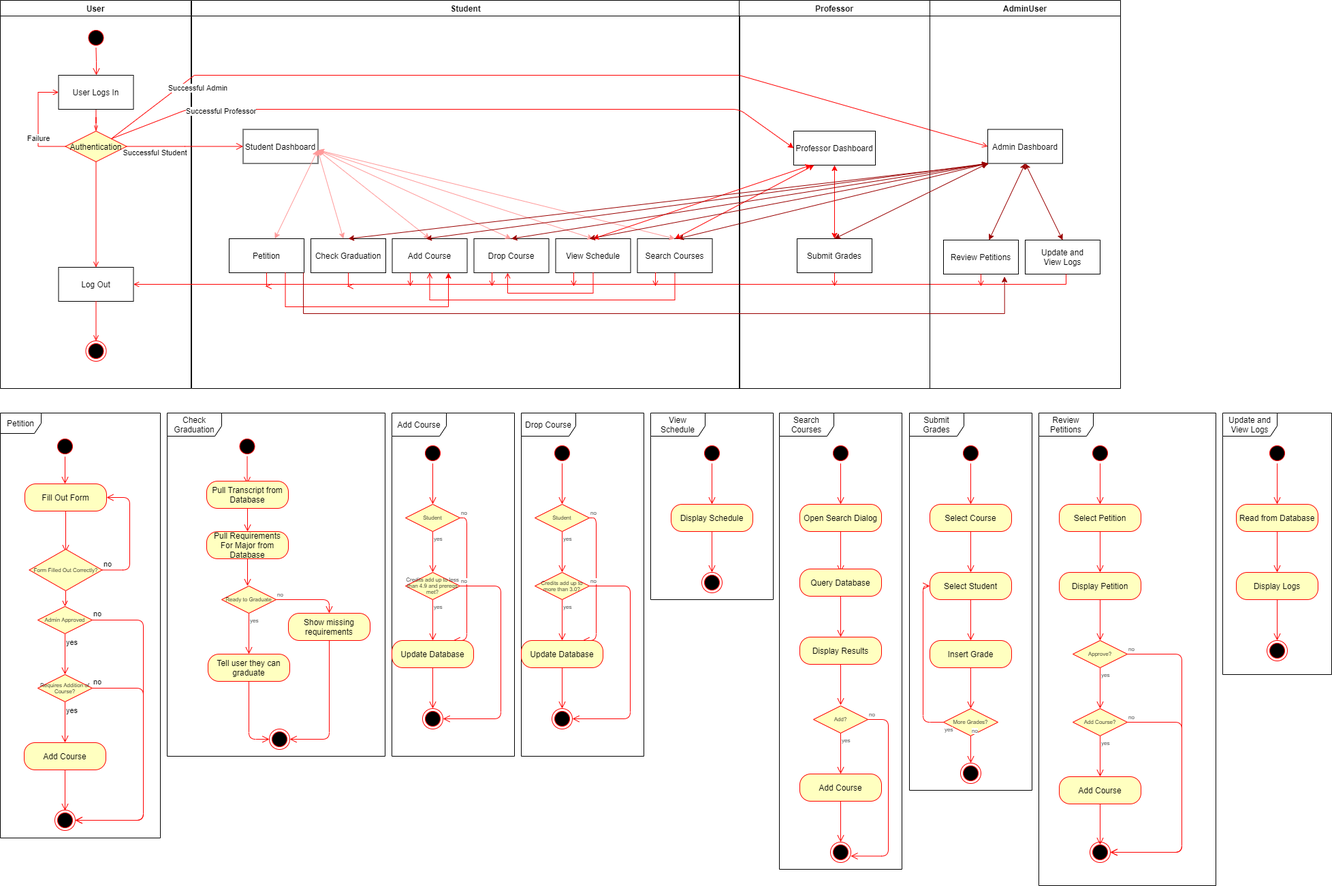
Before: UML/Activity Diagram.png, a diagram exported from draw.io (itscoe/CS390). Source tidied: cells renumbered, new cells last; positions are measured from the earlier drawing's top-left corner, leaving out a move shared by most shapes.
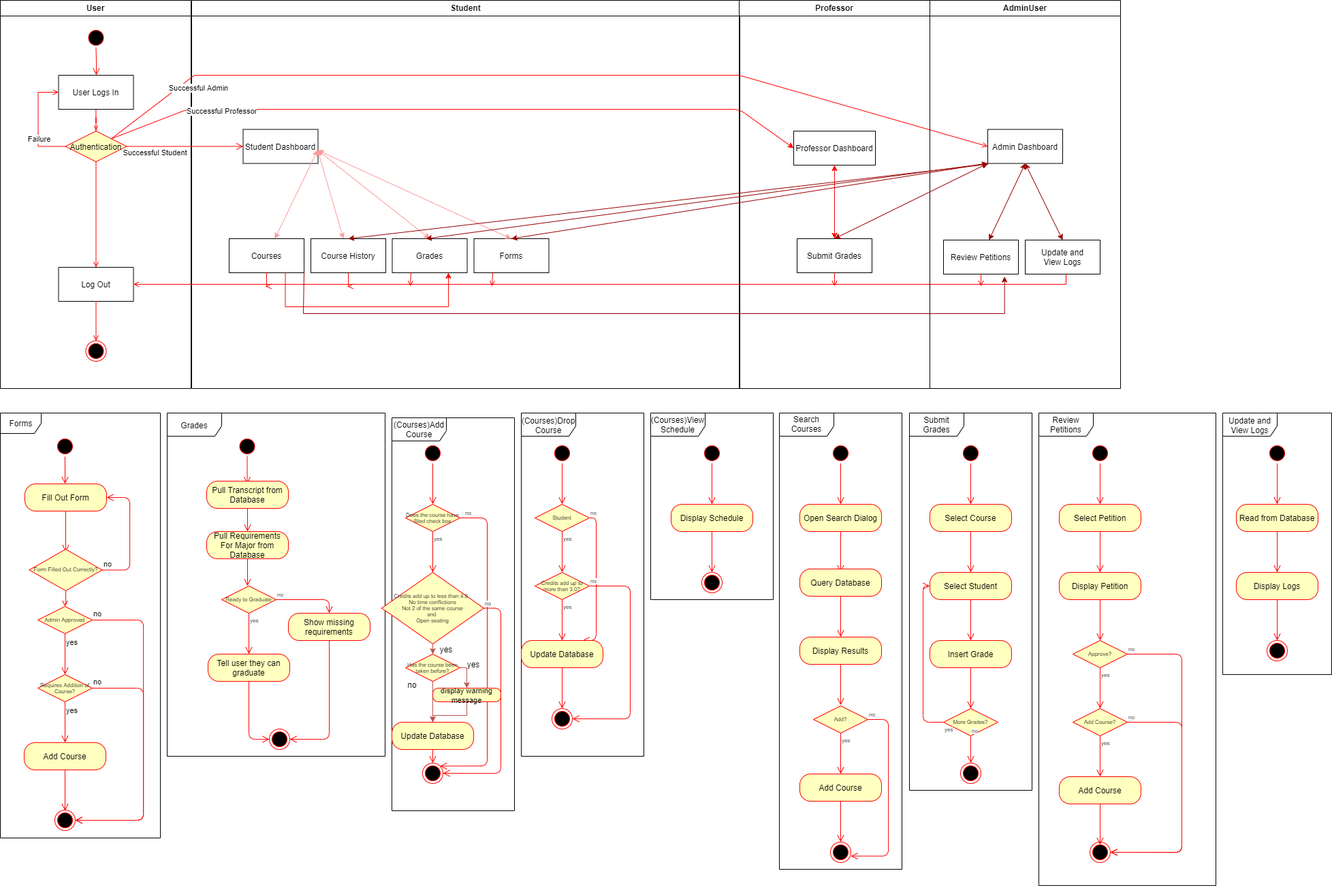
After the commit.

Change to the diagram source:
```diff
@@ -50,35 +50,16 @@
     <mxCell id="15" value="Student Dashboard" parent="14" vertex="1">
       <mxGeometry x="75.5" y="189.5" width="110" height="50" as="geometry" />
     </mxCell>
-    <mxCell id="16" style="edgeStyle=orthogonalEdgeStyle;rounded=0;jettySize=auto;html=1;entryX=0.5;entryY=1;entryDx=0;entryDy=0;strokeColor=#FF0000;endFill=1;endArrow=open;" parent="14" edge="1" source="17" target="21">
-      <mxGeometry relative="1" as="geometry">
-        <Array as="points">
-          <mxPoint x="710" y="440" />
-          <mxPoint x="350" y="440" />
-        </Array>
-      </mxGeometry>
-    </mxCell>
-    <mxCell id="17" value="Search Courses" parent="14" vertex="1">
-      <mxGeometry x="654.5" y="350" width="110" height="50" as="geometry" />
-    </mxCell>
-    <mxCell id="18" style="endArrow=classic;endFill=1;rounded=0;entryX=0.5;entryY=0;entryDx=0;entryDy=0;startArrow=classic;startFill=1;strokeColor=#FF9999;" parent="14" edge="1" target="17">
-      <mxGeometry relative="1" as="geometry">
-        <mxPoint x="186" y="220" as="sourcePoint" />
-      </mxGeometry>
-    </mxCell>
-    <mxCell id="19" value="View Schedule" parent="14" vertex="1">
-      <mxGeometry x="534.5" y="350" width="110" height="50" as="geometry" />
-    </mxCell>
-    <mxCell id="20" value="Drop Course" parent="14" vertex="1">
+    <mxCell id="20" value="Forms" parent="14" vertex="1">
       <mxGeometry x="414.5" y="350" width="110" height="50" as="geometry" />
     </mxCell>
-    <mxCell id="21" value="Add Course" parent="14" vertex="1">
+    <mxCell id="21" value="Grades" parent="14" vertex="1">
       <mxGeometry x="294.5" y="350" width="110" height="50" as="geometry" />
     </mxCell>
-    <mxCell id="22" value="Petition" parent="14" vertex="1">
+    <mxCell id="22" value="Courses" parent="14" vertex="1">
       <mxGeometry x="55" y="350" width="110" height="50" as="geometry" />
     </mxCell>
-    <mxCell id="23" value="Check Graduation" parent="14" vertex="1">
+    <mxCell id="23" value="Course History" parent="14" vertex="1">
       <mxGeometry x="175" y="350" width="110" height="50" as="geometry" />
     </mxCell>
     <mxCell id="24" style="edgeStyle=orthogonalEdgeStyle;rounded=0;jettySize=auto;html=1;exitX=0.75;exitY=1;exitDx=0;exitDy=0;startArrow=none;startFill=0;endArrow=classic;endFill=1;entryX=0.75;entryY=1;entryDx=0;entryDy=0;strokeColor=#FF0000;" parent="14" edge="1" source="22" target="21">
@@ -135,11 +116,6 @@
         </Array>
       </mxGeometry>
     </mxCell>
-    <mxCell id="35" style="endArrow=classic;html=1;exitX=0;exitY=1;exitDx=0;exitDy=0;endFill=1;strokeColor=#990000;startArrow=classic;startFill=1;" parent="1" edge="1" source="26">
-      <mxGeometry relative="1" as="geometry">
-        <mxPoint x="995" y="350" as="targetPoint" />
-      </mxGeometry>
-    </mxCell>
     <mxCell id="36" value="Professor" style="swimlane;whiteSpace=wrap;startSize=23;" parent="1" vertex="1">
       <mxGeometry x="1085" width="280" height="570" as="geometry" />
     </mxCell>
@@ -152,19 +128,6 @@
     <mxCell id="39" style="endArrow=classic;strokeColor=#FF0000;endFill=1;rounded=0;entryX=0.5;entryY=0;entryDx=0;entryDy=0;exitX=0.5;exitY=1;exitDx=0;exitDy=0;startArrow=classic;startFill=1;" parent="36" edge="1" source="37" target="38">
       <mxGeometry relative="1" as="geometry" />
     </mxCell>
-    <mxCell id="40" style="endArrow=classic;strokeColor=#FF0000;endFill=1;rounded=0;entryX=0.5;entryY=0;entryDx=0;entryDy=0;exitX=0.25;exitY=1;exitDx=0;exitDy=0;startArrow=classic;startFill=1;" parent="36" edge="1" target="19">
-      <mxGeometry relative="1" as="geometry">
-        <mxPoint x="105.5" y="242" as="sourcePoint" />
-      </mxGeometry>
-    </mxCell>
-    <mxCell id="41" style="endArrow=classic;strokeColor=#FF0000;endFill=1;rounded=0;entryX=0.5;entryY=0;entryDx=0;entryDy=0;exitX=0.25;exitY=1;exitDx=0;exitDy=0;startArrow=classic;startFill=1;" parent="1" edge="1" source="37" target="17">
-      <mxGeometry relative="1" as="geometry" />
-    </mxCell>
-    <mxCell id="42" style="endArrow=classic;endFill=1;rounded=0;entryX=0.5;entryY=0;entryDx=0;entryDy=0;startArrow=classic;startFill=1;strokeColor=#FF9999;" parent="1" edge="1" target="19">
-      <mxGeometry relative="1" as="geometry">
-        <mxPoint x="466" y="220" as="sourcePoint" />
-      </mxGeometry>
-    </mxCell>
     <mxCell id="43" style="endArrow=classic;endFill=1;rounded=0;startArrow=classic;startFill=1;strokeColor=#FF9999;" parent="1" edge="1">
       <mxGeometry relative="1" as="geometry">
         <mxPoint x="466" y="220" as="sourcePoint" />
@@ -191,21 +154,6 @@
         <mxPoint x="1505" y="239.5" as="sourcePoint" />
       </mxGeometry>
     </mxCell>
-    <mxCell id="48" style="edgeStyle=orthogonalEdgeStyle;rounded=0;jettySize=auto;html=1;strokeColor=#FF0000;endFill=1;endArrow=open;" parent="1" edge="1" source="19">
-      <mxGeometry relative="1" as="geometry">
-        <mxPoint x="745" y="400" as="targetPoint" />
-        <Array as="points">
-          <mxPoint x="870" y="430" />
-          <mxPoint x="745" y="430" />
-        </Array>
-      </mxGeometry>
-    </mxCell>
-    <mxCell id="49" style="endArrow=classic;html=1;exitX=0;exitY=1;exitDx=0;exitDy=0;endFill=1;strokeColor=#990000;startArrow=classic;startFill=1;" parent="1" edge="1">
-      <mxGeometry relative="1" as="geometry">
-        <mxPoint x="1450" y="239.5" as="sourcePoint" />
-        <mxPoint x="865" y="350" as="targetPoint" />
-      </mxGeometry>
-    </mxCell>
     <mxCell id="50" style="endArrow=classic;html=1;exitX=0;exitY=1;exitDx=0;exitDy=0;entryX=0.5;entryY=0;entryDx=0;entryDy=0;endFill=1;strokeColor=#990000;startArrow=classic;startFill=1;" parent="1" edge="1" target="20">
       <mxGeometry relative="1" as="geometry">
         <mxPoint x="1450" y="239.5" as="sourcePoint" />
@@ -242,16 +190,6 @@
         <mxPoint x="722" y="420" as="targetPoint" />
       </mxGeometry>
     </mxCell>
-    <mxCell id="57" style="edgeStyle=orthogonalEdgeStyle;rounded=0;jettySize=auto;html=1;exitX=0.25;exitY=1;exitDx=0;exitDy=0;strokeColor=#FF0000;endFill=1;endArrow=open;" parent="1" edge="1" source="19">
-      <mxGeometry relative="1" as="geometry">
-        <mxPoint x="842" y="420" as="targetPoint" />
-      </mxGeometry>
-    </mxCell>
-    <mxCell id="58" style="edgeStyle=orthogonalEdgeStyle;rounded=0;jettySize=auto;html=1;exitX=0.25;exitY=1;exitDx=0;exitDy=0;strokeColor=#FF0000;endFill=1;endArrow=open;" parent="1" edge="1" source="17">
-      <mxGeometry relative="1" as="geometry">
-        <mxPoint x="962" y="420" as="targetPoint" />
-      </mxGeometry>
-    </mxCell>
     <mxCell id="59" style="edgeStyle=orthogonalEdgeStyle;rounded=0;jettySize=auto;html=1;exitX=0.5;exitY=1;exitDx=0;exitDy=0;strokeColor=#FF0000;endFill=1;endArrow=open;" parent="1" edge="1" source="28">
       <mxGeometry relative="1" as="geometry">
         <mxPoint x="1440" y="420" as="targetPoint" />
@@ -267,7 +205,7 @@
         <mxPoint x="1450" y="239.5" as="sourcePoint" />
       </mxGeometry>
     </mxCell>
-    <mxCell id="62" value="Petition" style="shape=umlFrame;whiteSpace=wrap;html=1;" parent="1" vertex="1">
+    <mxCell id="62" value="Forms" style="shape=umlFrame;whiteSpace=wrap;html=1;" parent="1" vertex="1">
       <mxGeometry y="606" width="235" height="624" as="geometry" />
     </mxCell>
     <mxCell id="63" style="ellipse;html=1;shape=startState;fillColor=#000000;strokeColor=#ff0000;" parent="1" vertex="1">
@@ -351,7 +289,7 @@
     <mxCell id="79" style="ellipse;html=1;shape=endState;fillColor=#000000;strokeColor=#ff0000;fontSize=8;" parent="1" vertex="1">
       <mxGeometry x="80" y="1189" width="30" height="30" as="geometry" />
     </mxCell>
-    <mxCell id="80" value="Check Graduation" style="shape=umlFrame;whiteSpace=wrap;html=1;width=80;height=34;" parent="1" vertex="1">
+    <mxCell id="80" value="Grades" style="shape=umlFrame;whiteSpace=wrap;html=1;width=80;height=34;" parent="1" vertex="1">
       <mxGeometry x="245" y="606" width="320" height="504" as="geometry" />
     </mxCell>
     <mxCell id="81" style="ellipse;html=1;shape=startState;fillColor=#000000;strokeColor=#ff0000;" parent="1" vertex="1">
@@ -404,8 +342,8 @@
     <mxCell id="94" style="ellipse;html=1;shape=endState;fillColor=#000000;strokeColor=#ff0000;fontSize=8;" parent="1" vertex="1">
       <mxGeometry x="395" y="1070" width="30" height="30" as="geometry" />
     </mxCell>
-    <mxCell id="95" value="Add Course" style="shape=umlFrame;whiteSpace=wrap;html=1;width=80;height=34;" parent="1" vertex="1">
-      <mxGeometry x="575" y="606" width="180" height="504" as="geometry" />
+    <mxCell id="95" value="(Courses)Add Course" style="shape=umlFrame;whiteSpace=wrap;html=1;width=80;height=34;" parent="1" vertex="1">
+      <mxGeometry x="575" y="613" width="180" height="577" as="geometry" />
     </mxCell>
     <mxCell id="96" style="ellipse;html=1;shape=startState;fillColor=#000000;strokeColor=#ff0000;fontSize=8;" parent="1" vertex="1">
       <mxGeometry x="620" y="650" width="30" height="30" as="geometry" />
@@ -415,14 +353,12 @@
         <mxPoint x="635" y="740" as="targetPoint" />
       </mxGeometry>
     </mxCell>
-    <mxCell id="98" value="Student" style="rhombus;whiteSpace=wrap;html=1;fillColor=#ffffc0;strokeColor=#ff0000;fontSize=8;" parent="1" vertex="1">
-      <mxGeometry x="595" y="740" width="80" height="40" as="geometry" />
-    </mxCell>
-    <mxCell id="99" value="no" style="edgeStyle=orthogonalEdgeStyle;html=1;align=left;verticalAlign=bottom;endArrow=open;endSize=8;strokeColor=#ff0000;fontSize=8;entryX=0.75;entryY=0;entryDx=0;entryDy=0;" parent="1" edge="1" source="98" target="104">
-      <mxGeometry x="-1" relative="1" as="geometry">
+    <mxCell id="99" value="no" style="edgeStyle=orthogonalEdgeStyle;html=1;align=left;verticalAlign=bottom;endArrow=open;endSize=8;strokeColor=#ff0000;fontSize=8;entryX=1;entryY=0;entryDx=0;entryDy=0;" parent="1" edge="1" source="104" target="106">
+      <mxGeometry x="-0.15" relative="1" as="geometry">
         <Array as="points">
-          <mxPoint x="685" y="760" />
-          <mxPoint x="685" y="940" />
+          <mxPoint x="635" y="760" />
+          <mxPoint x="715" y="760" />
+          <mxPoint x="715" y="1124" />
         </Array>
       </mxGeometry>
     </mxCell>
@@ -431,34 +367,27 @@
         <mxPoint x="635" y="840" as="targetPoint" />
       </mxGeometry>
     </mxCell>
+    <mxCell id="179" style="edgeStyle=orthogonalEdgeStyle;rounded=0;jettySize=auto;html=1;exitX=0.5;exitY=1;exitDx=0;exitDy=0;fillColor=#f8cecc;strokeColor=#b85450;" parent="1" edge="1" source="101" target="182">
+      <mxGeometry relative="1" as="geometry" />
+    </mxCell>
-    <mxCell id="101" value="Credits add up to less than 4.9 and prereqs met?" style="rhombus;whiteSpace=wrap;html=1;fillColor=#ffffc0;strokeColor=#ff0000;fontSize=8;" parent="1" vertex="1">
-      <mxGeometry x="595" y="840" width="80" height="40" as="geometry" />
+    <mxCell id="101" value="Credits add up to less than 4.9&amp;nbsp;&amp;nbsp;&lt;br&gt;No time conflictions&lt;br&gt;Not 2 of the same course&lt;br&gt;and&amp;nbsp;&lt;br&gt;Open seating" style="rhombus;whiteSpace=wrap;html=1;fillColor=#ffffc0;strokeColor=#ff0000;fontSize=8;" parent="1" vertex="1">
+      <mxGeometry x="560" y="840" width="150" height="105" as="geometry" />
     </mxCell>
     <mxCell id="102" value="no" style="edgeStyle=orthogonalEdgeStyle;html=1;align=left;verticalAlign=bottom;endArrow=open;endSize=8;strokeColor=#ff0000;fontSize=8;entryX=1;entryY=0.5;entryDx=0;entryDy=0;" parent="1" edge="1" source="101" target="106">
       <mxGeometry x="-1" relative="1" as="geometry">
         <Array as="points">
-          <mxPoint x="735" y="860" />
-          <mxPoint x="735" y="1055" />
+          <mxPoint x="735" y="893" />
+          <mxPoint x="735" y="1135" />
         </Array>
       </mxGeometry>
     </mxCell>
-    <mxCell id="103" value="yes" style="edgeStyle=orthogonalEdgeStyle;html=1;align=left;verticalAlign=top;endArrow=open;endSize=8;strokeColor=#ff0000;fontSize=8;" parent="1" edge="1" source="101">
-      <mxGeometry x="-1" relative="1" as="geometry">
-        <mxPoint x="635" y="940" as="targetPoint" />
-      </mxGeometry>
-    </mxCell>
-    <mxCell id="104" value="Update Database" style="rounded=1;whiteSpace=wrap;html=1;arcSize=40;fontColor=#000000;fillColor=#ffffc0;strokeColor=#ff0000;" parent="1" vertex="1">
-      <mxGeometry x="575" y="940" width="120" height="40" as="geometry" />
-    </mxCell>
-    <mxCell id="105" style="edgeStyle=orthogonalEdgeStyle;html=1;verticalAlign=bottom;endArrow=open;endSize=8;strokeColor=#ff0000;fontSize=8;" parent="1" edge="1" source="104">
-      <mxGeometry relative="1" as="geometry">
-        <mxPoint x="635" y="1040" as="targetPoint" />
-      </mxGeometry>
+    <mxCell id="105" style="edgeStyle=orthogonalEdgeStyle;html=1;verticalAlign=bottom;endArrow=open;endSize=8;strokeColor=#ff0000;fontSize=8;entryX=0.5;entryY=0;entryDx=0;entryDy=0;" parent="1" edge="1" source="104" target="106">
+      <mxGeometry relative="1" as="geometry" />
     </mxCell>
     <mxCell id="106" style="ellipse;html=1;shape=endState;fillColor=#000000;strokeColor=#ff0000;fontSize=8;" parent="1" vertex="1">
-      <mxGeometry x="620" y="1040" width="30" height="30" as="geometry" />
+      <mxGeometry x="620" y="1120" width="30" height="30" as="geometry" />
     </mxCell>
-    <mxCell id="107" value="Drop Course" style="shape=umlFrame;whiteSpace=wrap;html=1;width=80;height=34;" parent="1" vertex="1">
+    <mxCell id="107" value="(Courses)Drop Course" style="shape=umlFrame;whiteSpace=wrap;html=1;width=80;height=34;" parent="1" vertex="1">
       <mxGeometry x="765" y="606" width="180" height="504" as="geometry" />
     </mxCell>
     <mxCell id="108" style="ellipse;html=1;shape=startState;fillColor=#000000;strokeColor=#ff0000;fontSize=8;" parent="1" vertex="1">
@@ -512,7 +441,7 @@
     <mxCell id="118" style="ellipse;html=1;shape=endState;fillColor=#000000;strokeColor=#ff0000;fontSize=8;" parent="1" vertex="1">
       <mxGeometry x="810" y="1040" width="30" height="30" as="geometry" />
     </mxCell>
-    <mxCell id="119" value="View Schedule" style="shape=umlFrame;whiteSpace=wrap;html=1;width=80;height=34;" parent="1" vertex="1">
+    <mxCell id="119" value="(Courses)View Schedule" style="shape=umlFrame;whiteSpace=wrap;html=1;width=80;height=34;" parent="1" vertex="1">
       <mxGeometry x="955" y="606" width="180" height="274" as="geometry" />
     </mxCell>
     <mxCell id="120" style="ellipse;html=1;shape=startState;fillColor=#000000;strokeColor=#ff0000;fontSize=8;" parent="1" vertex="1">
@@ -759,5 +688,35 @@
     <mxCell id="178" value="Successful Professor" style="edgeLabel;html=1;align=center;verticalAlign=middle;" parent="177" vertex="1">
       <mxGeometry x="-0.67" y="-2" relative="1" as="geometry" />
     </mxCell>
+    <mxCell id="104" value="Update Database" style="rounded=1;whiteSpace=wrap;html=1;arcSize=40;fontColor=#000000;fillColor=#ffffc0;strokeColor=#ff0000;" parent="1" vertex="1">
+      <mxGeometry x="575" y="1060" width="120" height="40" as="geometry" />
+    </mxCell>
+    <mxCell id="180" style="edgeStyle=orthogonalEdgeStyle;rounded=0;jettySize=auto;html=1;entryX=0.5;entryY=0;entryDx=0;entryDy=0;exitX=1;exitY=0.5;exitDx=0;exitDy=0;fillColor=#f8cecc;strokeColor=#b85450;" parent="1" edge="1" source="182" target="184">
+      <mxGeometry relative="1" as="geometry" />
+    </mxCell>
+    <mxCell id="181" style="edgeStyle=orthogonalEdgeStyle;rounded=0;jettySize=auto;html=1;exitX=0.5;exitY=1;exitDx=0;exitDy=0;entryX=0.5;entryY=0;entryDx=0;entryDy=0;fillColor=#f8cecc;strokeColor=#b85450;" parent="1" edge="1" source="182" target="104">
+      <mxGeometry relative="1" as="geometry" />
+    </mxCell>
+    <mxCell id="182" value="Has the course been taken before?" style="rhombus;whiteSpace=wrap;html=1;fillColor=#ffffc0;strokeColor=#ff0000;fontSize=8;" parent="1" vertex="1">
+      <mxGeometry x="595" y="960" width="80" height="40" as="geometry" />
+    </mxCell>
+    <mxCell id="183" style="edgeStyle=orthogonalEdgeStyle;rounded=0;jettySize=auto;html=1;exitX=0.5;exitY=1;exitDx=0;exitDy=0;entryX=0.5;entryY=0;entryDx=0;entryDy=0;fillColor=#f8cecc;strokeColor=#b85450;" parent="1" edge="1" source="184" target="104">
+      <mxGeometry relative="1" as="geometry" />
+    </mxCell>
+    <mxCell id="184" value="&lt;font style=&quot;font-size: 11px&quot;&gt;display warning message&lt;/font&gt;" style="rounded=1;whiteSpace=wrap;html=1;arcSize=40;fontColor=#000000;fillColor=#ffffc0;strokeColor=#ff0000;" parent="1" vertex="1">
+      <mxGeometry x="635" y="1010" width="100" height="20" as="geometry" />
+    </mxCell>
+    <mxCell id="185" value="yes" style="text;html=1;strokeColor=none;fillColor=none;align=center;verticalAlign=middle;whiteSpace=wrap;rounded=0;" parent="1" vertex="1">
+      <mxGeometry x="635" y="948" width="40" height="10" as="geometry" />
+    </mxCell>
+    <mxCell id="186" value="yes" style="text;html=1;strokeColor=none;fillColor=none;align=center;verticalAlign=middle;whiteSpace=wrap;rounded=0;" parent="1" vertex="1">
+      <mxGeometry x="675" y="970" width="40" height="10" as="geometry" />
+    </mxCell>
+    <mxCell id="187" value="no" style="text;html=1;strokeColor=none;fillColor=none;align=center;verticalAlign=middle;whiteSpace=wrap;rounded=0;" parent="1" vertex="1">
+      <mxGeometry x="585" y="1000" width="40" height="10" as="geometry" />
+    </mxCell>
+    <mxCell id="98" value="Does the course have filled check box" style="rhombus;whiteSpace=wrap;html=1;fillColor=#ffffc0;strokeColor=#ff0000;fontSize=8;" parent="1" vertex="1">
+      <mxGeometry x="595" y="740" width="80" height="40" as="geometry" />
+    </mxCell>
   </root>
 </mxGraphModel>
```
